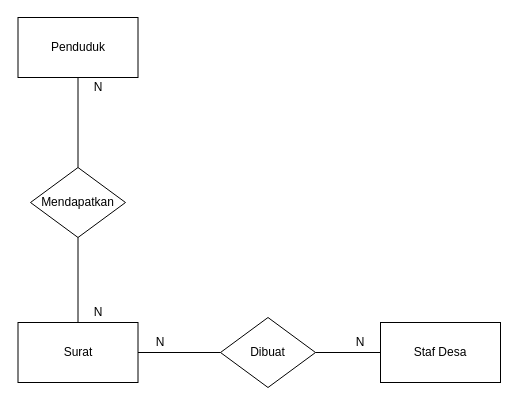
The draw.io diagram ERD.drawio in bayubimantarar/laporan-tugas-akhir, before the edit. Source tidied: cells renumbered, new cells numbered last; positions are measured from the earlier drawing's top-left corner, leaving out a move shared by most shapes. Both pictures are drawn from the tidied source at 100%, with x=0, y=0 at pixel (18, 17).
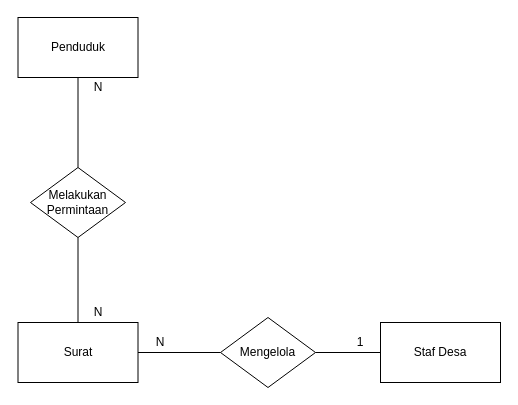
After the change.

Change to the diagram source:
```diff
@@
 <mxGraphModel>
   <root>
     <mxCell id="0" />
     <mxCell id="1" parent="0" />
     <mxCell id="2" value="Surat" style="rounded=0;whiteSpace=wrap;html=1;" parent="1" vertex="1">
       <mxGeometry x="-0.5" y="305" width="120" height="60" as="geometry" />
     </mxCell>
     <mxCell id="3" value="Staf Desa" style="rounded=0;whiteSpace=wrap;html=1;" parent="1" vertex="1">
       <mxGeometry x="362" y="305" width="120" height="60" as="geometry" />
     </mxCell>
-    <mxCell id="4" value="Dibuat" style="rhombus;whiteSpace=wrap;html=1;" parent="1" vertex="1">
+    <mxCell id="4" value="Mengelola" style="rhombus;whiteSpace=wrap;html=1;" parent="1" vertex="1">
       <mxGeometry x="202" y="300" width="95" height="70" as="geometry" />
     </mxCell>
     <mxCell id="5" style="endArrow=none;html=1;exitX=1;exitY=0.5;exitDx=0;exitDy=0;entryX=0;entryY=0.5;entryDx=0;entryDy=0;" parent="1" edge="1" source="2" target="4">
       <mxGeometry relative="1" as="geometry" />
     </mxCell>
     <mxCell id="6" value="N" style="text;html=1;strokeColor=none;fillColor=none;align=center;verticalAlign=middle;whiteSpace=wrap;rounded=0;" parent="1" vertex="1">
       <mxGeometry x="122" y="315" width="40" height="20" as="geometry" />
     </mxCell>
     <mxCell id="7" style="endArrow=none;html=1;entryX=0;entryY=0.5;entryDx=0;entryDy=0;exitX=1;exitY=0.5;exitDx=0;exitDy=0;" parent="1" edge="1" source="4" target="3">
       <mxGeometry relative="1" as="geometry" />
     </mxCell>
-    <mxCell id="8" value="N" style="text;html=1;strokeColor=none;fillColor=none;align=center;verticalAlign=middle;whiteSpace=wrap;rounded=0;" parent="1" vertex="1">
+    <mxCell id="8" value="1" style="text;html=1;strokeColor=none;fillColor=none;align=center;verticalAlign=middle;whiteSpace=wrap;rounded=0;" parent="1" vertex="1">
       <mxGeometry x="322" y="315" width="40" height="20" as="geometry" />
     </mxCell>
     <mxCell id="9" value="Penduduk" style="rounded=0;whiteSpace=wrap;html=1;" parent="1" vertex="1">
       <mxGeometry x="-0.5" width="120" height="60" as="geometry" />
     </mxCell>
-    <mxCell id="10" value="Mendapatkan" style="rhombus;whiteSpace=wrap;html=1;" parent="1" vertex="1">
+    <mxCell id="10" value="Melakukan Permintaan" style="rhombus;whiteSpace=wrap;html=1;" parent="1" vertex="1">
       <mxGeometry x="12" y="150" width="95" height="70" as="geometry" />
     </mxCell>
     <mxCell id="11" style="endArrow=none;html=1;entryX=0.5;entryY=1;entryDx=0;entryDy=0;" parent="1" edge="1" source="2" target="10">
       <mxGeometry relative="1" as="geometry" />
     </mxCell>
     <mxCell id="12" style="endArrow=none;html=1;entryX=0.5;entryY=1;entryDx=0;entryDy=0;exitX=0.5;exitY=0;exitDx=0;exitDy=0;" parent="1" edge="1" source="10" target="9">
       <mxGeometry relative="1" as="geometry" />
     </mxCell>
     <mxCell id="13" value="N" style="text;html=1;strokeColor=none;fillColor=none;align=center;verticalAlign=middle;whiteSpace=wrap;rounded=0;" parent="1" vertex="1">
       <mxGeometry x="59.5" y="60" width="40" height="20" as="geometry" />
     </mxCell>
     <mxCell id="14" value="N" style="text;html=1;strokeColor=none;fillColor=none;align=center;verticalAlign=middle;whiteSpace=wrap;rounded=0;" parent="1" vertex="1">
       <mxGeometry x="59.5" y="285" width="40" height="20" as="geometry" />
     </mxCell>
   </root>
 </mxGraphModel>
```
